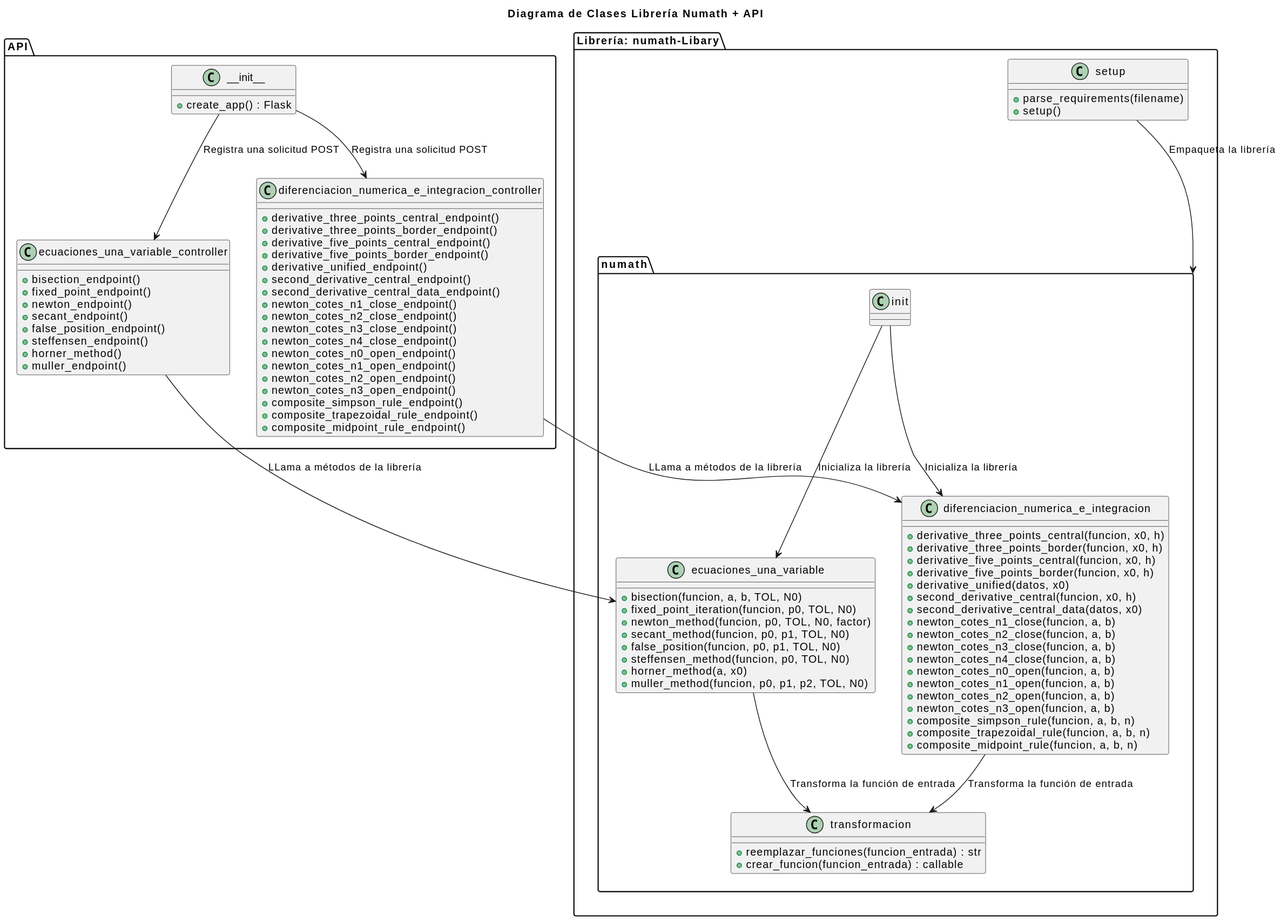
Above: imágenes/modelosUML/diagramaClases.svg in rodri5villa/numath-API (PlantUML), before the change.
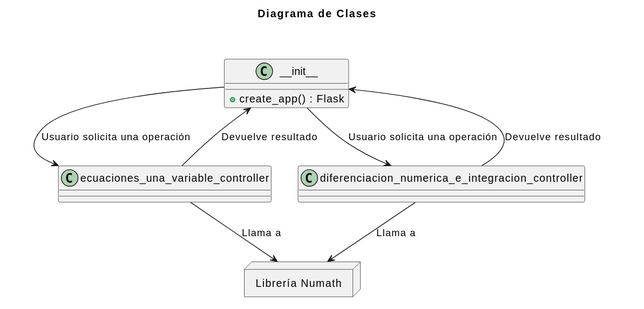
Above is the later version.

Change to the diagram source:
```diff
@@ -1,108 +1,30 @@
 @startuml
-title Diagrama de Clases Librería Numath + API
+title Diagrama de Clases
 
+skinparam packageBorderColor white
+skinparam packageBackgroundColor white
 
-package "API" {
+package " " {
   class __init__ {
     +create_app() : Flask
   }
 
   class ecuaciones_una_variable_controller {
-    +bisection_endpoint()
-    +fixed_point_endpoint()
-    +newton_endpoint()
-    +secant_endpoint()
-    +false_position_endpoint()
-    +steffensen_endpoint()
-    +horner_method()
-    +muller_endpoint()
   }
 
-  class diferenciacion_numerica_e_integracion_controller{
-    + derivative_three_points_central_endpoint()
-    + derivative_three_points_border_endpoint()
-    + derivative_five_points_central_endpoint()
-    + derivative_five_points_border_endpoint()
-    + derivative_unified_endpoint()
-    + second_derivative_central_endpoint()
-    + second_derivative_central_data_endpoint()
-    + newton_cotes_n1_close_endpoint()
-    + newton_cotes_n2_close_endpoint()
-    + newton_cotes_n3_close_endpoint()
-    + newton_cotes_n4_close_endpoint()
-    + newton_cotes_n0_open_endpoint()
-    + newton_cotes_n1_open_endpoint()
-    + newton_cotes_n2_open_endpoint()
-    + newton_cotes_n3_open_endpoint()
-    + composite_simpson_rule_endpoint()
-    + composite_trapezoidal_rule_endpoint()
-    + composite_midpoint_rule_endpoint()
+  class diferenciacion_numerica_e_integracion_controller {
   }
-
 }
 
-package "Librería: numath-Libary"{
-  package "numath" {
-
-  class init {
-  }
-
-  class ecuaciones_una_variable{
-    + bisection(funcion, a, b, TOL, N0)
-    + fixed_point_iteration(funcion, p0, TOL, N0)
-    + newton_method(funcion, p0, TOL, N0, factor)
-    + secant_method(funcion, p0, p1, TOL, N0)
-    + false_position(funcion, p0, p1, TOL, N0)
-    + steffensen_method(funcion, p0, TOL, N0)
-    + horner_method(a, x0)
-    + muller_method(funcion, p0, p1, p2, TOL, N0)
-  }
-
-  class diferenciacion_numerica_e_integracion{
-    + derivative_three_points_central(funcion, x0, h)
-    + derivative_three_points_border(funcion, x0, h)
-    + derivative_five_points_central(funcion, x0, h)
-    + derivative_five_points_border(funcion, x0, h)
-    + derivative_unified(datos, x0)
-    + second_derivative_central(funcion, x0, h)
-    + second_derivative_central_data(datos, x0)
-    + newton_cotes_n1_close(funcion, a, b)
-    + newton_cotes_n2_close(funcion, a, b)
-    + newton_cotes_n3_close(funcion, a, b)
-    + newton_cotes_n4_close(funcion, a, b)
-    + newton_cotes_n0_open(funcion, a, b)
-    + newton_cotes_n1_open(funcion, a, b)
-    + newton_cotes_n2_open(funcion, a, b)
-    + newton_cotes_n3_open(funcion, a, b)
-    + composite_simpson_rule(funcion, a, b, n)
-    + composite_trapezoidal_rule(funcion, a, b, n)
-    + composite_midpoint_rule(funcion, a, b, n)
-  }
-
-
-  class transformacion {
-    + reemplazar_funciones(funcion_entrada) : str
-    + crear_funcion(funcion_entrada) : callable
-  }
-
-}
-  class setup {
-    + parse_requirements(filename)
-    + setup()
-  }
-
+node "Librería Numath" as PyLibrary {
 }
 
-init --> ecuaciones_una_variable : "Inicializa la librería"
-init --> diferenciacion_numerica_e_integracion : "Inicializa la librería"
-ecuaciones_una_variable--> transformacion : "Transforma la función de entrada"
-diferenciacion_numerica_e_integracion --> transformacion : "Transforma la función de entrada"
+__init__ --> ecuaciones_una_variable_controller : "Usuario solicita una operación"
+__init__ --> diferenciacion_numerica_e_integracion_controller: "Usuario solicita una operación"
 
-setup --> "numath" : "Empaqueta la librería"
+ecuaciones_una_variable_controller --> PyLibrary : "Llama a"
+diferenciacion_numerica_e_integracion_controller --> PyLibrary : "Llama a"
 
-__init__ --> ecuaciones_una_variable_controller : "Registra una solicitud POST"
-__init__ --> diferenciacion_numerica_e_integracion_controller: "Registra una solicitud POST"
-
-ecuaciones_una_variable_controller --> ecuaciones_una_variable : "LLama a métodos de la librería"
-diferenciacion_numerica_e_integracion_controller--> diferenciacion_numerica_e_integracion: "LLama a métodos de la librería"
+ecuaciones_una_variable_controller --> __init__ : "Devuelve resultado"
+diferenciacion_numerica_e_integracion_controller --> __init__ : "Devuelve resultado"
 @enduml
```
